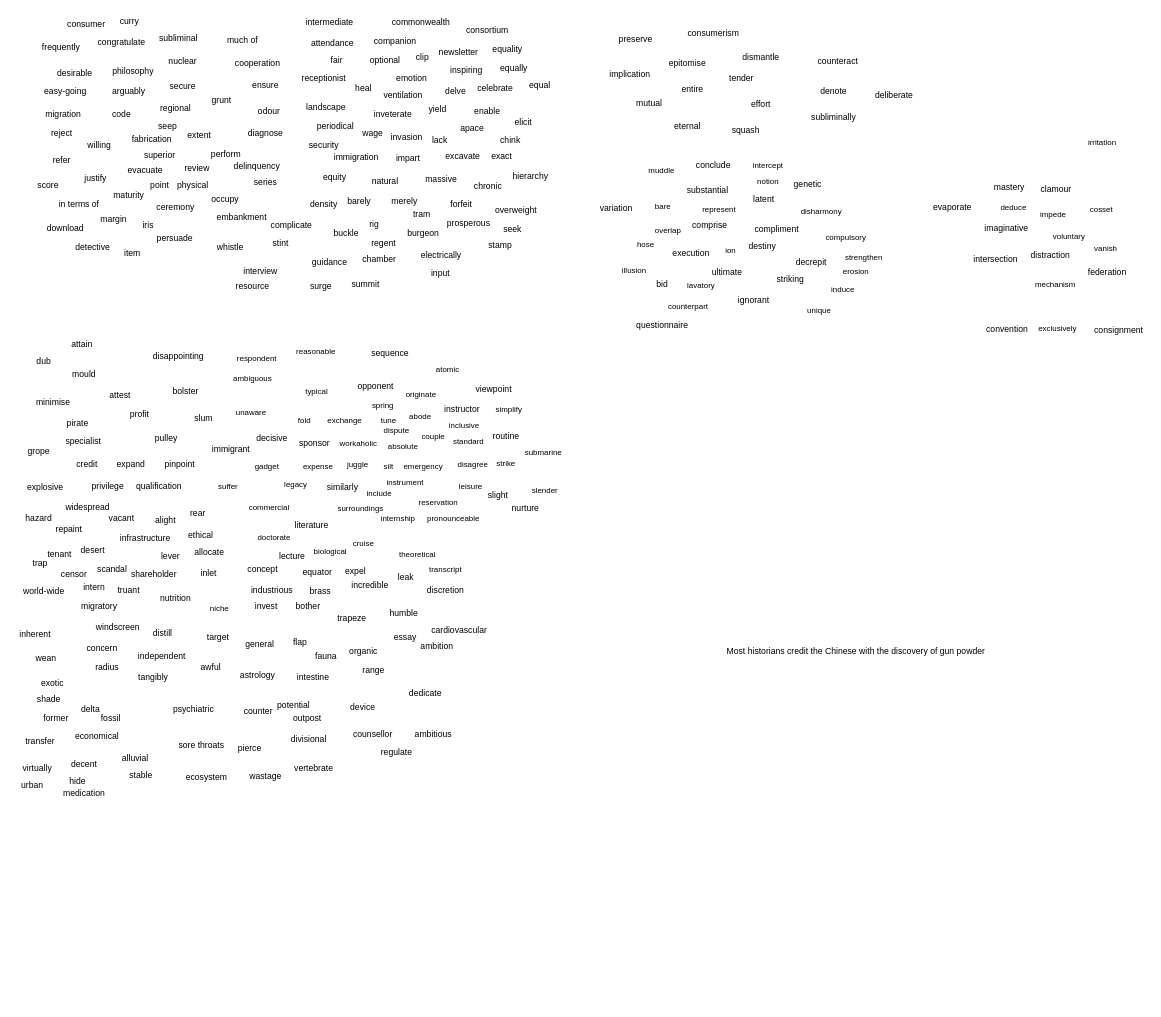
Earlier version of the draw.io diagram 2023-11-13.drawio (GC-L/hello-world). Source tidied: cells renumbered, new cells numbered last; positions are measured from the earlier drawing's top-left corner, leaving out a move shared by most shapes. Both pictures are drawn from the tidied source at 72%, with x=0, y=0 at pixel (12, 12).
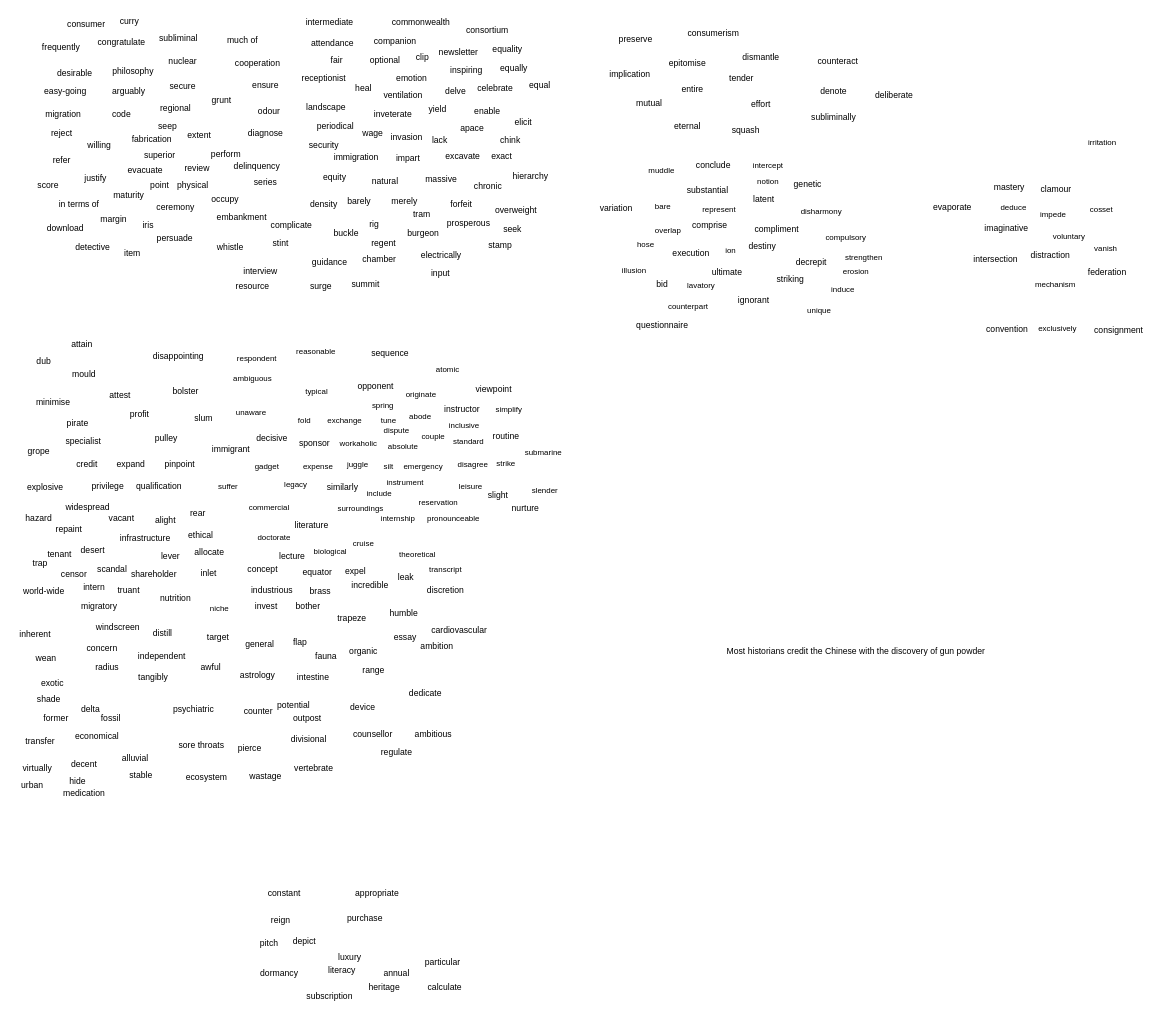
After the change.

What changed in the source:
```diff
@@
+    <mxCell id="337" value="reign" style="text;html=1;align=center;verticalAlign=middle;strokeColor=none;fillColor=none;" parent="1" vertex="1">
+      <mxGeometry x="349.4" y="1248" width="45" height="26" as="geometry" />
+    </mxCell>
+    <mxCell id="338" value="heritage" style="text;html=1;align=center;verticalAlign=middle;strokeColor=none;fillColor=none;" parent="1" vertex="1">
+      <mxGeometry x="485.6" y="1341" width="61" height="26" as="geometry" />
+    </mxCell>
+    <mxCell id="339" value="appropriate" style="text;html=1;align=center;verticalAlign=middle;strokeColor=none;fillColor=none;" parent="1" vertex="1">
+      <mxGeometry x="466.9" y="1210" width="79" height="26" as="geometry" />
+    </mxCell>
+    <mxCell id="340" value="annual" style="text;html=1;align=center;verticalAlign=middle;strokeColor=none;fillColor=none;" parent="1" vertex="1">
+      <mxGeometry x="505.9" y="1321" width="54" height="26" as="geometry" />
+    </mxCell>
+    <mxCell id="341" value="depict" style="text;html=1;align=center;verticalAlign=middle;strokeColor=none;fillColor=none;" parent="1" vertex="1">
+      <mxGeometry x="380.1" y="1277" width="50" height="26" as="geometry" />
+    </mxCell>
+    <mxCell id="342" value="literacy" style="text;html=1;align=center;verticalAlign=middle;strokeColor=none;fillColor=none;" parent="1" vertex="1">
+      <mxGeometry x="428.6" y="1318" width="56" height="26" as="geometry" />
+    </mxCell>
+    <mxCell id="343" value="calculate" style="text;html=1;align=center;verticalAlign=middle;strokeColor=none;fillColor=none;" parent="1" vertex="1">
+      <mxGeometry x="567.7" y="1341" width="65" height="26" as="geometry" />
+    </mxCell>
+    <mxCell id="344" value="luxury" style="text;html=1;align=center;verticalAlign=middle;strokeColor=none;fillColor=none;" parent="1" vertex="1">
+      <mxGeometry x="442.9" y="1299" width="50" height="26" as="geometry" />
+    </mxCell>
+    <mxCell id="345" value="purchase" style="text;html=1;align=center;verticalAlign=middle;strokeColor=none;fillColor=none;" parent="1" vertex="1">
+      <mxGeometry x="455.9" y="1245" width="67" height="26" as="geometry" />
+    </mxCell>
+    <mxCell id="346" value="constant" style="text;html=1;align=center;verticalAlign=middle;strokeColor=none;fillColor=none;" parent="1" vertex="1">
+      <mxGeometry x="345.1" y="1210" width="63" height="26" as="geometry" />
+    </mxCell>
+    <mxCell id="347" value="dormancy" style="text;html=1;align=center;verticalAlign=middle;strokeColor=none;fillColor=none;" parent="1" vertex="1">
+      <mxGeometry x="334.1" y="1321" width="71" height="26" as="geometry" />
+    </mxCell>
+    <mxCell id="348" value="particular" style="text;html=1;align=center;verticalAlign=middle;strokeColor=none;fillColor=none;" parent="1" vertex="1">
+      <mxGeometry x="563.7" y="1306" width="67" height="26" as="geometry" />
+    </mxCell>
+    <mxCell id="349" value="subscription" style="text;html=1;align=center;verticalAlign=middle;strokeColor=none;fillColor=none;" parent="1" vertex="1">
+      <mxGeometry x="399.1" y="1353" width="82" height="26" as="geometry" />
+    </mxCell>
+    <mxCell id="350" value="pitch" style="text;html=1;align=center;verticalAlign=middle;strokeColor=none;fillColor=none;" parent="1" vertex="1">
+      <mxGeometry x="334.1" y="1280" width="43" height="26" as="geometry" />
+    </mxCell>
```
